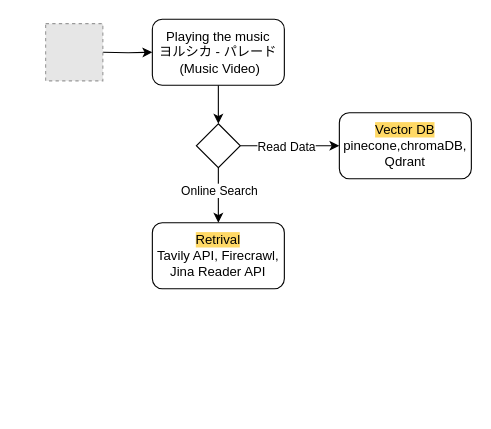
This is Arch.drawio from annie604/YTLyrics, a draw.io file, before an edit. Source tidied: cells renumbered, new cells numbered last; positions are measured from the earlier drawing's top-left corner, leaving out a move shared by most shapes. Both pictures are drawn from the tidied source at 110%, with x=0, y=0 at pixel (45, 19). Pictures stored in the file or linked from it are replaced by grey dashed boxes.
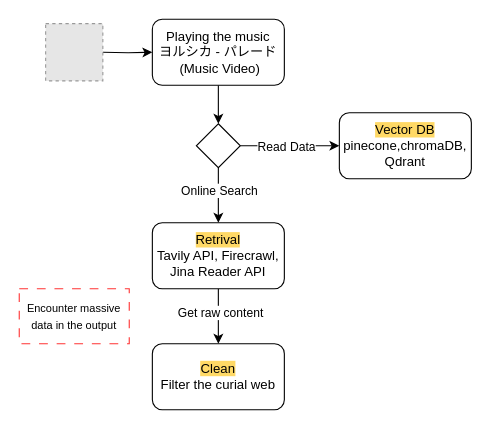
Above is the later version.

Change to the diagram source:
```diff
@@
 <mxGraphModel>
   <root>
     <mxCell id="0" />
     <mxCell id="1" parent="0" />
     <mxCell id="2" style="edgeStyle=orthogonalEdgeStyle;rounded=0;jettySize=auto;html=1;entryX=0;entryY=0.5;entryDx=0;entryDy=0;" parent="1" edge="1" target="4">
       <mxGeometry relative="1" as="geometry">
         <mxPoint x="52" y="30" as="sourcePoint" />
       </mxGeometry>
     </mxCell>
     <mxCell id="3" style="edgeStyle=orthogonalEdgeStyle;rounded=0;jettySize=auto;html=1;entryX=0.5;entryY=0;entryDx=0;entryDy=0;" parent="1" edge="1" source="4" target="11">
       <mxGeometry relative="1" as="geometry" />
     </mxCell>
     <mxCell id="4" value="&lt;div&gt;Playing the music&lt;/div&gt;&lt;div&gt;ヨルシカ - パレード&lt;/div&gt;&lt;div&gt;&amp;nbsp;(Music Video)&lt;/div&gt;" style="rounded=1;whiteSpace=wrap;html=1;" parent="1" vertex="1">
       <mxGeometry x="97" width="120" height="60" as="geometry" />
     </mxCell>
     <mxCell id="5" style="fillColor=#E6E6E6;strokeColor=#999999;dashed=1;verticalLabelPosition=bottom;labelBackgroundColor=default;verticalAlign=top;" parent="1" vertex="1">
       <mxGeometry y="4" width="52" height="52" as="geometry" />
     </mxCell>
     <mxCell id="6" value="&lt;div&gt;&lt;span style=&quot;background-color: rgb(255, 217, 102);&quot;&gt;Vector DB&lt;br&gt;&lt;/span&gt;pinecone,chromaDB,&lt;br&gt;Qdrant&lt;/div&gt;" style="rounded=1;whiteSpace=wrap;html=1;" parent="1" vertex="1">
       <mxGeometry x="267" y="85" width="120" height="60" as="geometry" />
     </mxCell>
     <mxCell id="7" style="edgeStyle=orthogonalEdgeStyle;rounded=0;jettySize=auto;html=1;" parent="1" edge="1" source="11" target="6">
       <mxGeometry relative="1" as="geometry" />
     </mxCell>
     <mxCell id="8" value="Read Data" style="edgeLabel;html=1;align=center;verticalAlign=middle;" parent="7" vertex="1">
       <mxGeometry x="-0.32" y="-1" relative="1" as="geometry">
         <mxPoint x="10" y="-1" as="offset" />
       </mxGeometry>
     </mxCell>
     <mxCell id="9" style="edgeStyle=orthogonalEdgeStyle;rounded=0;jettySize=auto;html=1;entryX=0.5;entryY=0;entryDx=0;entryDy=0;" parent="1" edge="1" source="11" target="12">
       <mxGeometry relative="1" as="geometry" />
     </mxCell>
     <mxCell id="10" value="Online Search" style="edgeLabel;html=1;align=center;verticalAlign=middle;" parent="9" vertex="1">
       <mxGeometry x="-0.4" relative="1" as="geometry">
         <mxPoint y="5" as="offset" />
       </mxGeometry>
     </mxCell>
     <mxCell id="11" style="rhombus;whiteSpace=wrap;html=1;" parent="1" vertex="1">
       <mxGeometry x="137" y="95" width="40" height="40" as="geometry" />
     </mxCell>
+    <mxCell id="13" style="edgeStyle=orthogonalEdgeStyle;rounded=0;jettySize=auto;html=1;entryX=0.5;entryY=0;entryDx=0;entryDy=0;" parent="1" edge="1" source="12" target="15">
+      <mxGeometry relative="1" as="geometry" />
+    </mxCell>
+    <mxCell id="14" value="Get raw content" style="edgeLabel;html=1;align=center;verticalAlign=middle;" parent="13" vertex="1">
+      <mxGeometry x="-0.16" y="1" relative="1" as="geometry" />
+    </mxCell>
     <mxCell id="12" value="&lt;span style=&quot;background-color: rgb(255, 217, 102);&quot;&gt;Retrival&lt;/span&gt;&lt;br&gt;Tavily API, Firecrawl,&lt;br&gt;Jina Reader API" style="rounded=1;whiteSpace=wrap;html=1;" parent="1" vertex="1">
       <mxGeometry x="97" y="185" width="120" height="60" as="geometry" />
     </mxCell>
+    <mxCell id="15" value="&lt;span style=&quot;background-color: rgb(255, 217, 102);&quot;&gt;Clean&lt;/span&gt;&lt;div&gt;&lt;span&gt;Filter the curial web&lt;/span&gt;&lt;/div&gt;" style="rounded=1;whiteSpace=wrap;html=1;" parent="1" vertex="1">
+      <mxGeometry x="97" y="295" width="120" height="60" as="geometry" />
+    </mxCell>
+    <mxCell id="16" value="&lt;font style=&quot;font-size: 10px;&quot;&gt;Encounter massive data in the output&lt;/font&gt;" style="text;html=1;whiteSpace=wrap;strokeColor=#FF3333;fillColor=none;align=center;verticalAlign=middle;rounded=0;dashed=1;dashPattern=8 8;" parent="1" vertex="1">
+      <mxGeometry x="-24" y="245" width="100" height="50" as="geometry" />
+    </mxCell>
   </root>
 </mxGraphModel>
```
